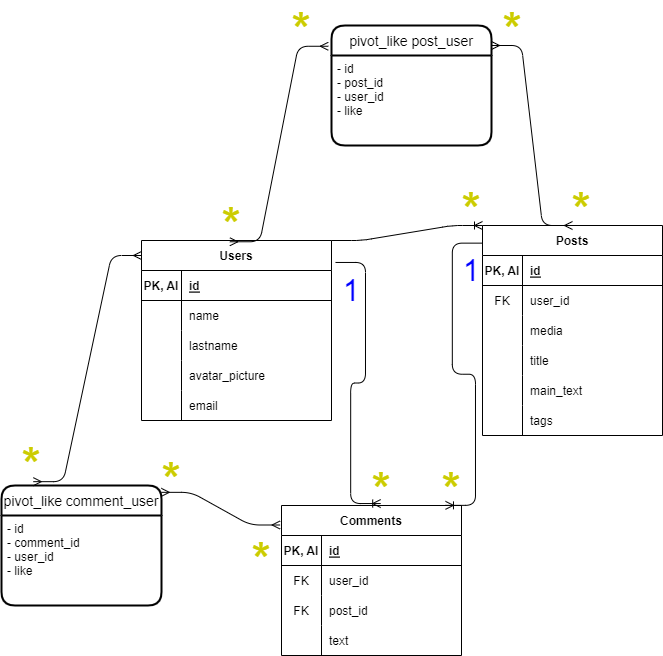
RiccardoMont/social-platform keeps this draw.io diagram as schema.png. Above is the earlier version. Source tidied: cells renumbered, new cells last; positions are measured from the earlier drawing's top-left corner, leaving out a move shared by most shapes.
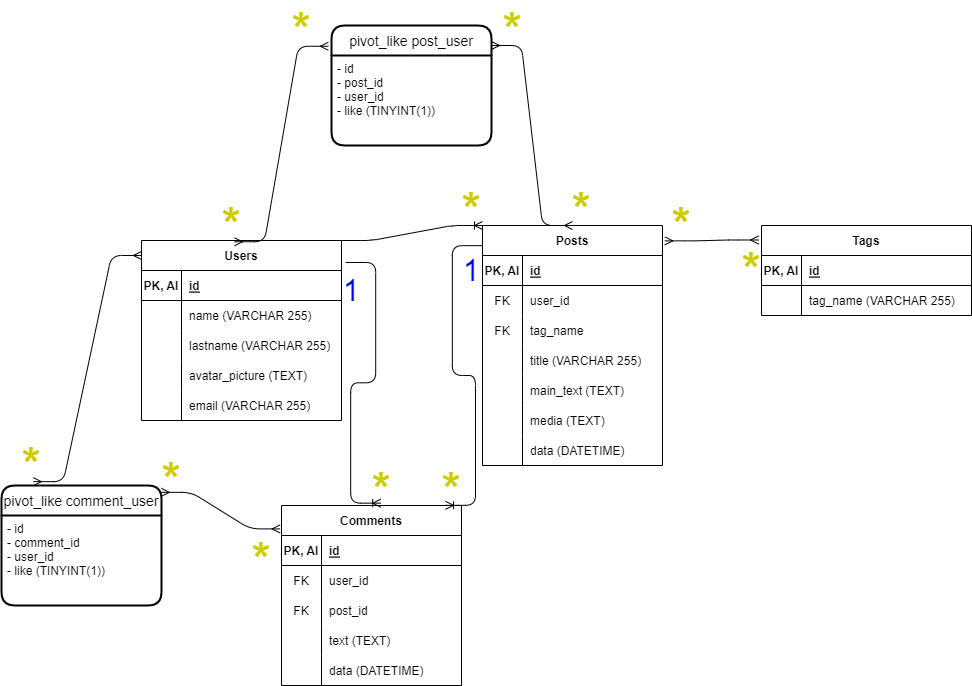
The same diagram one commit later.

Commit message:
tag inseriti nello schema ed aggiunta la tipologia dei dati

The edit, as a diff of the source:
```diff
@@ -3,55 +3,55 @@
     <mxCell id="0" />
     <mxCell id="1" parent="0" />
     <mxCell id="2" value="Users" style="shape=table;startSize=30;rowLines=0;fontStyle=1;align=center;" parent="1" vertex="1">
-      <mxGeometry x="140" y="225" width="190" height="180" as="geometry" />
+      <mxGeometry x="140" y="225" width="200" height="180" as="geometry" />
     </mxCell>
     <mxCell id="3" style="shape=tableRow;horizontal=0;startSize=0;swimlaneHead=0;swimlaneBody=0;fillColor=none;top=0;left=0;right=0;bottom=1;" parent="2" vertex="1">
-      <mxGeometry y="30" width="190" height="30" as="geometry" />
+      <mxGeometry y="30" width="200" height="30" as="geometry" />
     </mxCell>
     <mxCell id="4" value="PK, AI" style="shape=partialRectangle;fillColor=none;top=0;left=0;bottom=0;right=0;fontStyle=1;overflow=hidden;" parent="3" vertex="1">
       <mxGeometry width="40" height="30" as="geometry" />
     </mxCell>
     <mxCell id="5" value="id" style="shape=partialRectangle;fillColor=none;top=0;left=0;bottom=0;right=0;align=left;spacingLeft=6;fontStyle=5;overflow=hidden;" parent="3" vertex="1">
-      <mxGeometry x="40" width="150" height="30" as="geometry" />
+      <mxGeometry x="40" width="160" height="30" as="geometry" />
     </mxCell>
     <mxCell id="6" style="shape=tableRow;horizontal=0;startSize=0;swimlaneHead=0;swimlaneBody=0;fillColor=none;top=0;left=0;right=0;bottom=0;" parent="2" vertex="1">
-      <mxGeometry y="60" width="190" height="30" as="geometry" />
+      <mxGeometry y="60" width="200" height="30" as="geometry" />
     </mxCell>
     <mxCell id="7" style="shape=partialRectangle;fillColor=none;top=0;left=0;bottom=0;right=0;overflow=hidden;" parent="6" vertex="1">
       <mxGeometry width="40" height="30" as="geometry" />
     </mxCell>
-    <mxCell id="8" value="name" style="shape=partialRectangle;fillColor=none;top=0;left=0;bottom=0;right=0;align=left;spacingLeft=6;overflow=hidden;" parent="6" vertex="1">
-      <mxGeometry x="40" width="150" height="30" as="geometry" />
+    <mxCell id="8" value="name (VARCHAR 255)" style="shape=partialRectangle;fillColor=none;top=0;left=0;bottom=0;right=0;align=left;spacingLeft=6;overflow=hidden;" parent="6" vertex="1">
+      <mxGeometry x="40" width="160" height="30" as="geometry" />
     </mxCell>
     <mxCell id="9" style="shape=tableRow;horizontal=0;startSize=0;swimlaneHead=0;swimlaneBody=0;fillColor=none;top=0;left=0;right=0;bottom=0;" parent="2" vertex="1">
-      <mxGeometry y="90" width="190" height="30" as="geometry" />
+      <mxGeometry y="90" width="200" height="30" as="geometry" />
     </mxCell>
     <mxCell id="10" style="shape=partialRectangle;fillColor=none;top=0;left=0;bottom=0;right=0;overflow=hidden;" parent="9" vertex="1">
       <mxGeometry width="40" height="30" as="geometry" />
     </mxCell>
-    <mxCell id="11" value="lastname" style="shape=partialRectangle;fillColor=none;top=0;left=0;bottom=0;right=0;align=left;spacingLeft=6;overflow=hidden;" parent="9" vertex="1">
-      <mxGeometry x="40" width="150" height="30" as="geometry" />
+    <mxCell id="11" value="lastname (VARCHAR 255)" style="shape=partialRectangle;fillColor=none;top=0;left=0;bottom=0;right=0;align=left;spacingLeft=6;overflow=hidden;" parent="9" vertex="1">
+      <mxGeometry x="40" width="160" height="30" as="geometry" />
     </mxCell>
     <mxCell id="12" style="shape=tableRow;horizontal=0;startSize=0;swimlaneHead=0;swimlaneBody=0;fillColor=none;top=0;left=0;right=0;bottom=0;" parent="2" vertex="1">
-      <mxGeometry y="120" width="190" height="30" as="geometry" />
+      <mxGeometry y="120" width="200" height="30" as="geometry" />
     </mxCell>
     <mxCell id="13" style="shape=partialRectangle;fillColor=none;top=0;left=0;bottom=0;right=0;overflow=hidden;" parent="12" vertex="1">
       <mxGeometry width="40" height="30" as="geometry" />
     </mxCell>
-    <mxCell id="14" value="avatar_picture" style="shape=partialRectangle;fillColor=none;top=0;left=0;bottom=0;right=0;align=left;spacingLeft=6;overflow=hidden;" parent="12" vertex="1">
-      <mxGeometry x="40" width="150" height="30" as="geometry" />
+    <mxCell id="14" value="avatar_picture (TEXT)" style="shape=partialRectangle;fillColor=none;top=0;left=0;bottom=0;right=0;align=left;spacingLeft=6;overflow=hidden;" parent="12" vertex="1">
+      <mxGeometry x="40" width="160" height="30" as="geometry" />
     </mxCell>
     <mxCell id="15" style="shape=tableRow;horizontal=0;startSize=0;swimlaneHead=0;swimlaneBody=0;fillColor=none;top=0;left=0;right=0;bottom=0;" parent="2" vertex="1">
-      <mxGeometry y="150" width="190" height="30" as="geometry" />
+      <mxGeometry y="150" width="200" height="30" as="geometry" />
     </mxCell>
     <mxCell id="16" style="shape=partialRectangle;fillColor=none;top=0;left=0;bottom=0;right=0;overflow=hidden;" parent="15" vertex="1">
       <mxGeometry width="40" height="30" as="geometry" />
     </mxCell>
-    <mxCell id="17" value="email" style="shape=partialRectangle;fillColor=none;top=0;left=0;bottom=0;right=0;align=left;spacingLeft=6;overflow=hidden;" parent="15" vertex="1">
-      <mxGeometry x="40" width="150" height="30" as="geometry" />
+    <mxCell id="17" value="email (VARCHAR 255)" style="shape=partialRectangle;fillColor=none;top=0;left=0;bottom=0;right=0;align=left;spacingLeft=6;overflow=hidden;" parent="15" vertex="1">
+      <mxGeometry x="40" width="160" height="30" as="geometry" />
     </mxCell>
     <mxCell id="18" value="Posts" style="shape=table;startSize=30;rowLines=0;fontStyle=1;align=center;" parent="1" vertex="1">
-      <mxGeometry x="481" y="210" width="180" height="210" as="geometry" />
+      <mxGeometry x="481" y="210" width="180" height="240" as="geometry" />
     </mxCell>
     <mxCell id="19" style="shape=tableRow;horizontal=0;startSize=0;swimlaneHead=0;swimlaneBody=0;fillColor=none;top=0;left=0;right=0;bottom=1;" parent="18" vertex="1">
       <mxGeometry y="30" width="180" height="30" as="geometry" />
@@ -74,10 +74,10 @@
     <mxCell id="25" style="shape=tableRow;horizontal=0;startSize=0;swimlaneHead=0;swimlaneBody=0;fillColor=none;top=0;left=0;right=0;bottom=0;" parent="18" vertex="1">
       <mxGeometry y="90" width="180" height="30" as="geometry" />
     </mxCell>
-    <mxCell id="26" style="shape=partialRectangle;fillColor=none;top=0;left=0;bottom=0;right=0;overflow=hidden;" parent="25" vertex="1">
+    <mxCell id="26" value="FK" style="shape=partialRectangle;fillColor=none;top=0;left=0;bottom=0;right=0;overflow=hidden;" parent="25" vertex="1">
       <mxGeometry width="40" height="30" as="geometry" />
     </mxCell>
-    <mxCell id="27" value="media" style="shape=partialRectangle;fillColor=none;top=0;left=0;bottom=0;right=0;align=left;spacingLeft=6;overflow=hidden;" parent="25" vertex="1">
+    <mxCell id="27" value="tag_name" style="shape=partialRectangle;fillColor=none;top=0;left=0;bottom=0;right=0;align=left;spacingLeft=6;overflow=hidden;" parent="25" vertex="1">
       <mxGeometry x="40" width="140" height="30" as="geometry" />
     </mxCell>
     <mxCell id="28" style="shape=tableRow;horizontal=0;startSize=0;swimlaneHead=0;swimlaneBody=0;fillColor=none;top=0;left=0;right=0;bottom=0;" parent="18" vertex="1">
@@ -86,7 +86,7 @@
     <mxCell id="29" style="shape=partialRectangle;fillColor=none;top=0;left=0;bottom=0;right=0;overflow=hidden;" parent="28" vertex="1">
       <mxGeometry width="40" height="30" as="geometry" />
     </mxCell>
-    <mxCell id="30" value="title" style="shape=partialRectangle;fillColor=none;top=0;left=0;bottom=0;right=0;align=left;spacingLeft=6;overflow=hidden;" parent="28" vertex="1">
+    <mxCell id="30" value="title (VARCHAR 255)" style="shape=partialRectangle;fillColor=none;top=0;left=0;bottom=0;right=0;align=left;spacingLeft=6;overflow=hidden;" parent="28" vertex="1">
       <mxGeometry x="40" width="140" height="30" as="geometry" />
     </mxCell>
     <mxCell id="31" style="shape=tableRow;horizontal=0;startSize=0;swimlaneHead=0;swimlaneBody=0;fillColor=none;top=0;left=0;right=0;bottom=0;" parent="18" vertex="1">
@@ -95,7 +95,7 @@
     <mxCell id="32" style="shape=partialRectangle;fillColor=none;top=0;left=0;bottom=0;right=0;overflow=hidden;" parent="31" vertex="1">
       <mxGeometry width="40" height="30" as="geometry" />
     </mxCell>
-    <mxCell id="33" value="main_text" style="shape=partialRectangle;fillColor=none;top=0;left=0;bottom=0;right=0;align=left;spacingLeft=6;overflow=hidden;" parent="31" vertex="1">
+    <mxCell id="33" value="main_text (TEXT)" style="shape=partialRectangle;fillColor=none;top=0;left=0;bottom=0;right=0;align=left;spacingLeft=6;overflow=hidden;" parent="31" vertex="1">
       <mxGeometry x="40" width="140" height="30" as="geometry" />
     </mxCell>
     <mxCell id="34" style="shape=tableRow;horizontal=0;startSize=0;swimlaneHead=0;swimlaneBody=0;fillColor=none;top=0;left=0;right=0;bottom=0;" parent="18" vertex="1">
@@ -104,14 +104,23 @@
     <mxCell id="35" style="shape=partialRectangle;fillColor=none;top=0;left=0;bottom=0;right=0;overflow=hidden;" parent="34" vertex="1">
       <mxGeometry width="40" height="30" as="geometry" />
     </mxCell>
-    <mxCell id="36" value="tags" style="shape=partialRectangle;fillColor=none;top=0;left=0;bottom=0;right=0;align=left;spacingLeft=6;overflow=hidden;" parent="34" vertex="1">
+    <mxCell id="36" value="media (TEXT)" style="shape=partialRectangle;fillColor=none;top=0;left=0;bottom=0;right=0;align=left;spacingLeft=6;overflow=hidden;" parent="34" vertex="1">
       <mxGeometry x="40" width="140" height="30" as="geometry" />
     </mxCell>
+    <mxCell id="73" style="shape=tableRow;horizontal=0;startSize=0;swimlaneHead=0;swimlaneBody=0;fillColor=none;top=0;left=0;right=0;bottom=0;" parent="18" vertex="1">
+      <mxGeometry y="210" width="180" height="30" as="geometry" />
+    </mxCell>
+    <mxCell id="74" style="shape=partialRectangle;fillColor=none;top=0;left=0;bottom=0;right=0;overflow=hidden;" parent="73" vertex="1">
+      <mxGeometry width="40" height="30" as="geometry" />
+    </mxCell>
+    <mxCell id="75" value="data (DATETIME)" style="shape=partialRectangle;fillColor=none;top=0;left=0;bottom=0;right=0;align=left;spacingLeft=6;overflow=hidden;" parent="73" vertex="1">
+      <mxGeometry x="40" width="140" height="30" as="geometry" />
+    </mxCell>
     <mxCell id="37" style="edgeStyle=entityRelationEdgeStyle;fontSize=12;html=1;endArrow=ERoneToMany;exitX=1;exitY=0;exitDx=0;exitDy=0;entryX=0;entryY=0;entryDx=0;entryDy=0;" parent="1" edge="1" source="2" target="18">
       <mxGeometry relative="1" as="geometry" />
     </mxCell>
     <mxCell id="38" value="Comments" style="shape=table;startSize=30;rowLines=0;fontStyle=1;align=center;" parent="1" vertex="1">
-      <mxGeometry x="280" y="490" width="180" height="150" as="geometry" />
+      <mxGeometry x="280" y="490" width="180" height="180" as="geometry" />
     </mxCell>
     <mxCell id="39" style="shape=tableRow;horizontal=0;startSize=0;swimlaneHead=0;swimlaneBody=0;fillColor=none;top=0;left=0;right=0;bottom=1;" parent="38" vertex="1">
       <mxGeometry y="30" width="180" height="30" as="geometry" />
@@ -146,9 +155,18 @@
     <mxCell id="49" style="shape=partialRectangle;fillColor=none;top=0;left=0;bottom=0;right=0;overflow=hidden;" parent="48" vertex="1">
       <mxGeometry width="40" height="30" as="geometry" />
     </mxCell>
-    <mxCell id="50" value="text" style="shape=partialRectangle;fillColor=none;top=0;left=0;bottom=0;right=0;align=left;spacingLeft=6;overflow=hidden;" parent="48" vertex="1">
+    <mxCell id="50" value="text (TEXT)" style="shape=partialRectangle;fillColor=none;top=0;left=0;bottom=0;right=0;align=left;spacingLeft=6;overflow=hidden;" parent="48" vertex="1">
       <mxGeometry x="40" width="140" height="30" as="geometry" />
     </mxCell>
+    <mxCell id="76" style="shape=tableRow;horizontal=0;startSize=0;swimlaneHead=0;swimlaneBody=0;fillColor=none;top=0;left=0;right=0;bottom=0;" parent="38" vertex="1">
+      <mxGeometry y="150" width="180" height="30" as="geometry" />
+    </mxCell>
+    <mxCell id="77" style="shape=partialRectangle;fillColor=none;top=0;left=0;bottom=0;right=0;overflow=hidden;" parent="76" vertex="1">
+      <mxGeometry width="40" height="30" as="geometry" />
+    </mxCell>
+    <mxCell id="78" value="data (DATETIME)" style="shape=partialRectangle;fillColor=none;top=0;left=0;bottom=0;right=0;align=left;spacingLeft=6;overflow=hidden;" parent="76" vertex="1">
+      <mxGeometry x="40" width="140" height="30" as="geometry" />
+    </mxCell>
     <mxCell id="51" style="edgeStyle=entityRelationEdgeStyle;fontSize=12;html=1;endArrow=ERoneToMany;exitX=1.021;exitY=0.122;exitDx=0;exitDy=0;exitPerimeter=0;entryX=0.551;entryY=-0.013;entryDx=0;entryDy=0;entryPerimeter=0;" parent="1" edge="1" source="2" target="38">
       <mxGeometry relative="1" as="geometry" />
     </mxCell>
@@ -158,7 +176,7 @@
     <mxCell id="53" value="pivot_like post_user" style="swimlane;horizontal=1;startSize=30;rounded=1;fontSize=14;fontStyle=0;strokeWidth=2;shadow=0;dashed=0;align=center;" parent="1" vertex="1">
       <mxGeometry x="330" y="10" width="160" height="120" as="geometry" />
     </mxCell>
-    <mxCell id="54" value="- id&#10;- post_id&#10;- user_id&#10;- like" style="align=left;strokeColor=none;fillColor=none;spacingLeft=4;fontSize=12;verticalAlign=top;" parent="53" vertex="1">
+    <mxCell id="54" value="- id&#10;- post_id&#10;- user_id&#10;- like (TINYINT(1))" style="align=left;strokeColor=none;fillColor=none;spacingLeft=4;fontSize=12;verticalAlign=top;" parent="53" vertex="1">
       <mxGeometry y="30" width="160" height="90" as="geometry" />
     </mxCell>
     <mxCell id="55" style="edgeStyle=entityRelationEdgeStyle;fontSize=12;html=1;endArrow=ERmany;startArrow=ERmany;exitX=0.465;exitY=0.007;exitDx=0;exitDy=0;exitPerimeter=0;entryX=-0.02;entryY=0.173;entryDx=0;entryDy=0;entryPerimeter=0;" parent="1" edge="1" source="2" target="53">
@@ -193,7 +211,7 @@
     <mxCell id="64" value="pivot_like comment_user" style="swimlane;horizontal=1;startSize=30;rounded=1;fontSize=14;fontStyle=0;strokeWidth=2;shadow=0;dashed=0;align=center;" parent="1" vertex="1">
       <mxGeometry y="470" width="160" height="120" as="geometry" />
     </mxCell>
-    <mxCell id="65" value="- id&#10;- comment_id&#10;- user_id&#10;- like" style="align=left;strokeColor=none;fillColor=none;spacingLeft=4;fontSize=12;verticalAlign=top;" parent="64" vertex="1">
+    <mxCell id="65" value="- id&#10;- comment_id&#10;- user_id&#10;- like (TINYINT(1))" style="align=left;strokeColor=none;fillColor=none;spacingLeft=4;fontSize=12;verticalAlign=top;" parent="64" vertex="1">
       <mxGeometry y="30" width="160" height="90" as="geometry" />
     </mxCell>
     <mxCell id="66" style="edgeStyle=entityRelationEdgeStyle;fontSize=12;html=1;endArrow=ERmany;startArrow=ERmany;fontColor=#CCCC00;exitX=0.199;exitY=-0.032;exitDx=0;exitDy=0;exitPerimeter=0;" parent="1" edge="1" source="64">
@@ -219,5 +237,35 @@
     <mxCell id="72" value="&lt;font color=&quot;#0000ff&quot; style=&quot;font-size: 30px;&quot;&gt;1&lt;/font&gt;" style="text;strokeColor=none;align=center;fillColor=none;html=1;verticalAlign=middle;whiteSpace=wrap;rounded=0;" parent="1" vertex="1">
       <mxGeometry x="440" y="240" width="60" height="30" as="geometry" />
     </mxCell>
+    <mxCell id="79" value="Tags" style="shape=table;startSize=30;rowLines=0;fontStyle=1;align=center;" parent="1" vertex="1">
+      <mxGeometry x="760" y="210" width="210" height="90" as="geometry" />
+    </mxCell>
+    <mxCell id="80" style="shape=tableRow;horizontal=0;startSize=0;swimlaneHead=0;swimlaneBody=0;fillColor=none;top=0;left=0;right=0;bottom=1;" parent="79" vertex="1">
+      <mxGeometry y="30" width="210" height="30" as="geometry" />
+    </mxCell>
+    <mxCell id="81" value="PK, AI" style="shape=partialRectangle;fillColor=none;top=0;left=0;bottom=0;right=0;fontStyle=1;overflow=hidden;" parent="80" vertex="1">
+      <mxGeometry width="40" height="30" as="geometry" />
+    </mxCell>
+    <mxCell id="82" value="id" style="shape=partialRectangle;fillColor=none;top=0;left=0;bottom=0;right=0;align=left;spacingLeft=6;fontStyle=5;overflow=hidden;" parent="80" vertex="1">
+      <mxGeometry x="40" width="170" height="30" as="geometry" />
+    </mxCell>
+    <mxCell id="83" style="shape=tableRow;horizontal=0;startSize=0;swimlaneHead=0;swimlaneBody=0;fillColor=none;top=0;left=0;right=0;bottom=0;" parent="79" vertex="1">
+      <mxGeometry y="60" width="210" height="30" as="geometry" />
+    </mxCell>
+    <mxCell id="84" style="shape=partialRectangle;fillColor=none;top=0;left=0;bottom=0;right=0;overflow=hidden;" parent="83" vertex="1">
+      <mxGeometry width="40" height="30" as="geometry" />
+    </mxCell>
+    <mxCell id="85" value="tag_name (VARCHAR 255)" style="shape=partialRectangle;fillColor=none;top=0;left=0;bottom=0;right=0;align=left;spacingLeft=6;overflow=hidden;" parent="83" vertex="1">
+      <mxGeometry x="40" width="170" height="30" as="geometry" />
+    </mxCell>
+    <mxCell id="86" style="edgeStyle=entityRelationEdgeStyle;fontSize=12;html=1;endArrow=ERmany;startArrow=ERmany;fontColor=default;exitX=1.013;exitY=0.064;exitDx=0;exitDy=0;exitPerimeter=0;entryX=-0.014;entryY=0.161;entryDx=0;entryDy=0;entryPerimeter=0;" parent="1" edge="1" source="18" target="79">
+      <mxGeometry relative="1" as="geometry" />
+    </mxCell>
+    <mxCell id="87" value="&lt;font color=&quot;#cccc00&quot; style=&quot;font-size: 50px;&quot;&gt;*&lt;/font&gt;" style="text;strokeColor=none;align=center;fillColor=none;html=1;verticalAlign=middle;whiteSpace=wrap;rounded=0;" parent="1" vertex="1">
+      <mxGeometry x="650" y="195" width="60" height="30" as="geometry" />
+    </mxCell>
+    <mxCell id="88" value="&lt;font color=&quot;#cccc00&quot; style=&quot;font-size: 50px;&quot;&gt;*&lt;/font&gt;" style="text;strokeColor=none;align=center;fillColor=none;html=1;verticalAlign=middle;whiteSpace=wrap;rounded=0;" parent="1" vertex="1">
+      <mxGeometry x="720" y="240" width="60" height="30" as="geometry" />
+    </mxCell>
   </root>
 </mxGraphModel>
```
